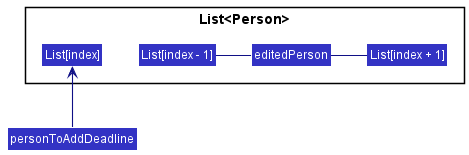
weijuey/tp keeps this PlantUML diagram as docs/images/DeadlineState4.png. Above is the earlier version.
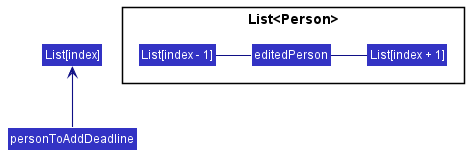
Later version of the same file.

Commit message:
Make changes to deadline diagrams

What changed in the source:
```diff
@@ -6,11 +6,11 @@
 
 package List<Person> {
 Class "List[index - 1]" as Person1
-Class "List[index]" as Person2
 Class "List[index + 1]" as Person3
 Class "editedPerson" as Person4
 }
 
+Class "List[index]" as Person2
 
 Person1 - Person4
 Person4 - Person3
```
